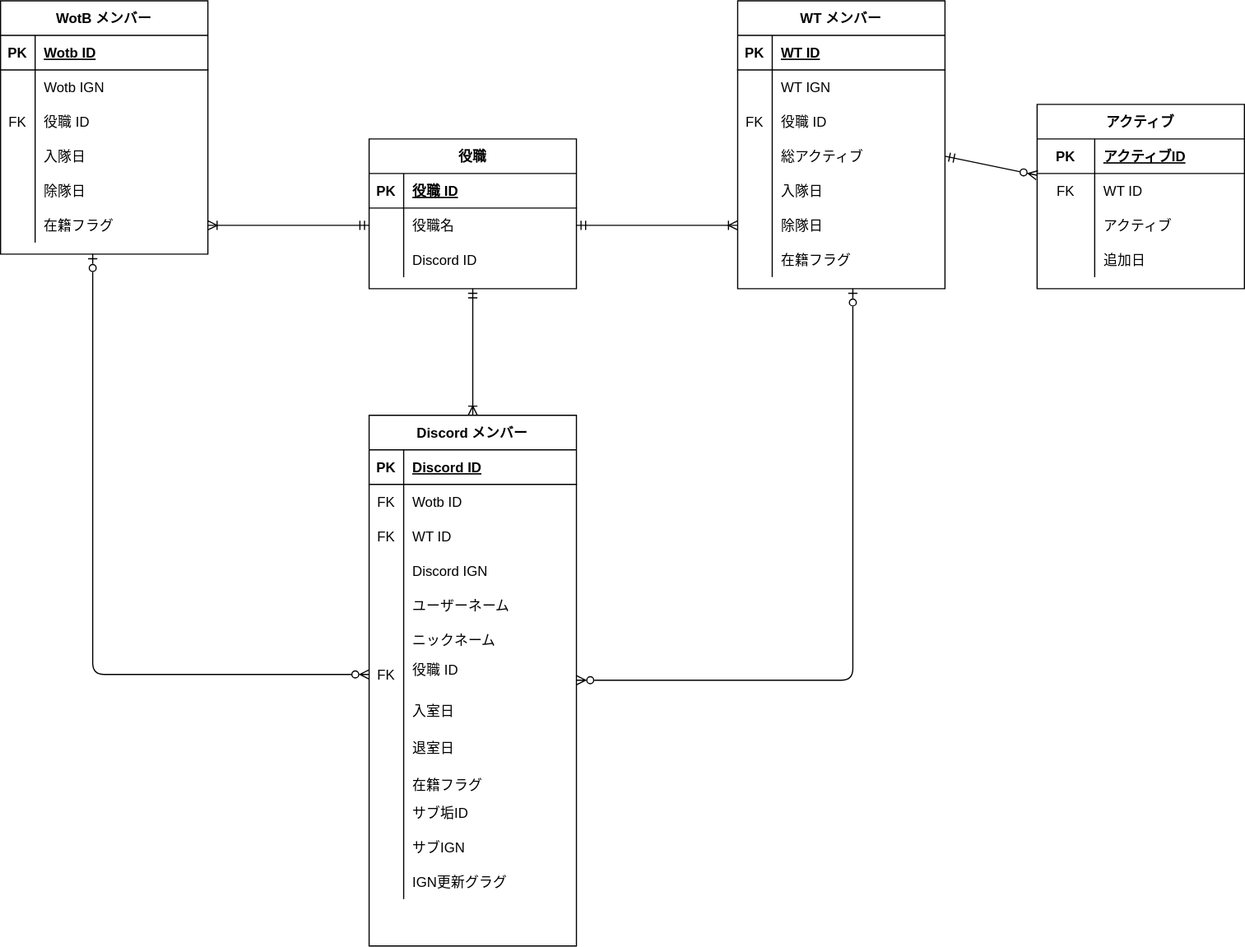
Above: doc/DB-Ronri.drawio.svg in otazero/ClanManagementDiscordBot (draw.io), before the change. Source tidied: cells renumbered, new cells last; positions are measured from the earlier drawing's top-left corner, leaving out a move shared by most shapes.
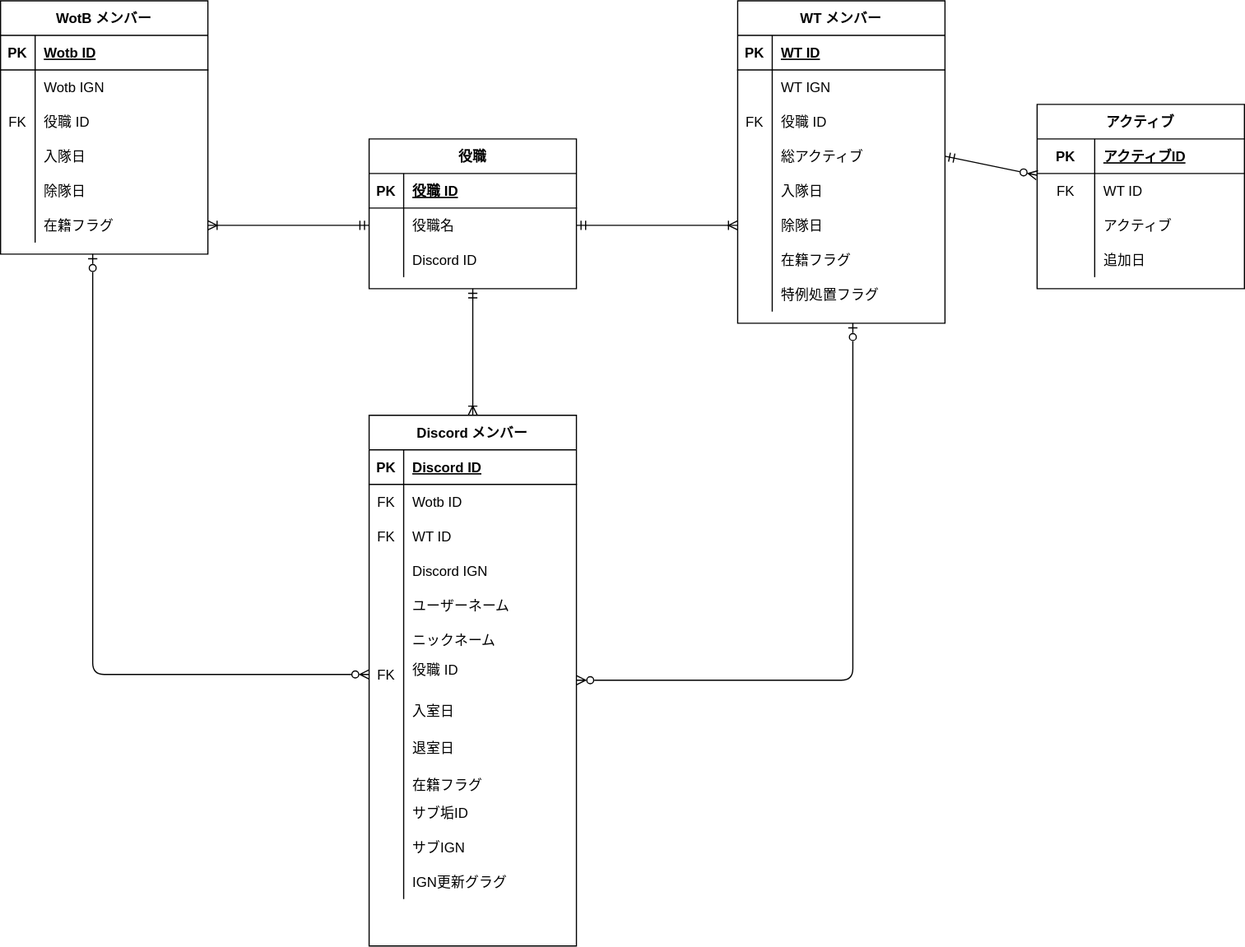
Above is the later version.

Commit message:
特例処置カラム追加

Change to the diagram source:
```diff
@@ -60,7 +60,7 @@
       <mxGeometry x="30" width="150" height="30" as="geometry" />
     </mxCell>
     <mxCell id="21" value="WT メンバー" style="shape=table;startSize=30;rowLines=0;fontStyle=1;align=center;" parent="1" vertex="1">
-      <mxGeometry x="640" width="180" height="250" as="geometry" />
+      <mxGeometry x="640" width="180" height="280" as="geometry" />
     </mxCell>
     <mxCell id="22" style="shape=partialRectangle;fillColor=none;top=0;left=0;bottom=1;right=0;" parent="21" vertex="1">
       <mxGeometry y="30" width="180" height="30" as="geometry" />
@@ -125,6 +125,15 @@
     <mxCell id="42" value="在籍フラグ" style="shape=partialRectangle;fillColor=none;top=0;left=0;bottom=0;right=0;align=left;spacingLeft=6;overflow=hidden;" parent="40" vertex="1">
       <mxGeometry x="30" width="150" height="30" as="geometry" />
     </mxCell>
+    <mxCell id="120" style="shape=partialRectangle;fillColor=none;top=0;left=0;bottom=0;right=0;" parent="21" vertex="1">
+      <mxGeometry y="240" width="180" height="30" as="geometry" />
+    </mxCell>
+    <mxCell id="121" style="shape=partialRectangle;fillColor=none;top=0;left=0;bottom=0;right=0;overflow=hidden;" parent="120" vertex="1">
+      <mxGeometry width="30" height="30" as="geometry" />
+    </mxCell>
+    <mxCell id="122" value="特例処置フラグ" style="shape=partialRectangle;fillColor=none;top=0;left=0;bottom=0;right=0;align=left;spacingLeft=6;overflow=hidden;" parent="120" vertex="1">
+      <mxGeometry x="30" width="150" height="30" as="geometry" />
+    </mxCell>
     <mxCell id="43" style="edgeStyle=none;html=1;entryX=0.5;entryY=0;entryDx=0;entryDy=0;endArrow=ERoneToMany;endFill=0;startArrow=ERmandOne;startFill=0;" parent="1" edge="1" source="44" target="56">
       <mxGeometry relative="1" as="geometry" />
     </mxCell>
@@ -310,7 +319,7 @@
     <mxCell id="103" style="edgeStyle=segmentEdgeStyle;endArrow=ERzeroToOne;html=1;endFill=0;startArrow=ERzeroToMany;startFill=0;" parent="1" edge="1">
       <mxGeometry relative="1" as="geometry">
         <mxPoint x="500" y="590" as="sourcePoint" />
-        <mxPoint x="740" y="250" as="targetPoint" />
+        <mxPoint x="740" y="280" as="targetPoint" />
         <Array as="points">
           <mxPoint x="500" y="590" />
           <mxPoint x="740" y="590" />
```
